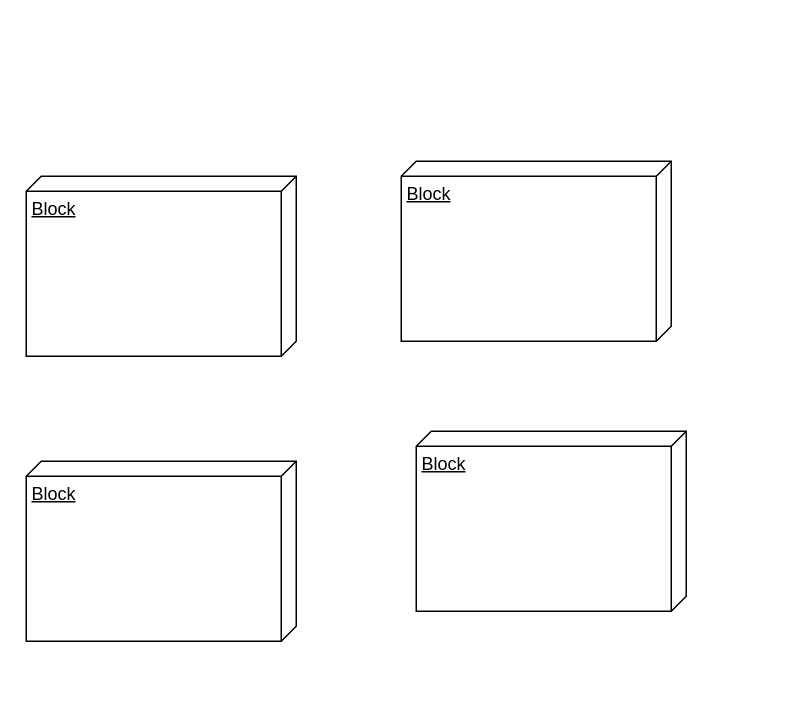
Above: ADD_Deployment_Merve_Pakcan.drawio in mervepakcan/Career-Path-App--Software-Development-Project- (draw.io), before the change. Source tidied: cells renumbered, new cells numbered last; positions are measured from the earlier drawing's top-left corner, leaving out a move shared by most shapes. Both pictures are drawn from the tidied source at 150%, with x=0, y=0 at pixel (26, 160).
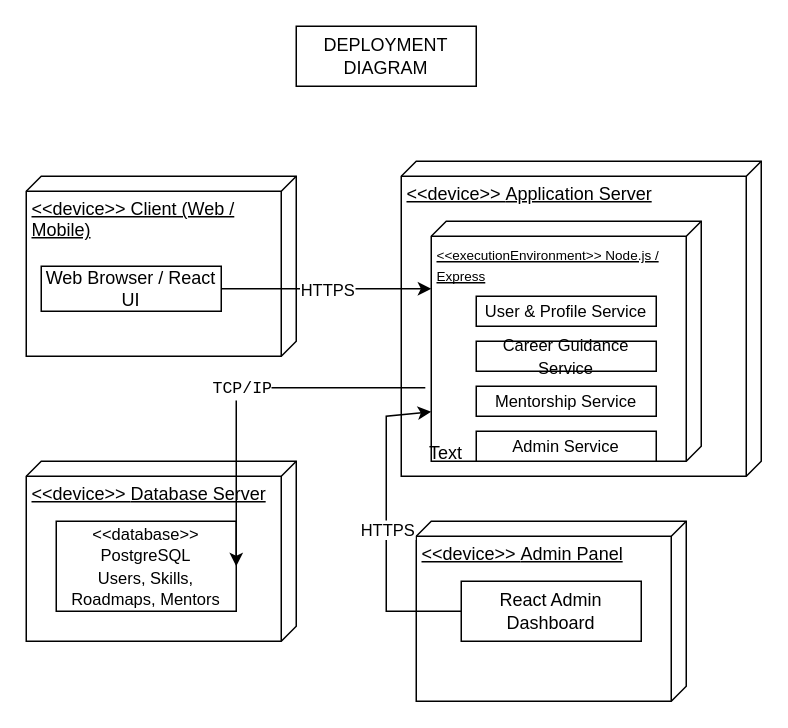
Above is the later version.

Change to the diagram source:
```diff
@@
-    <mxCell id="2" value="Block" style="verticalAlign=top;align=left;spacingTop=8;spacingLeft=2;spacingRight=12;shape=cube;size=10;direction=south;fontStyle=4;html=1;whiteSpace=wrap;" parent="1" vertex="1">
-      <mxGeometry x="260" y="180" width="180" height="120" as="geometry" />
+    <mxCell id="2" value="&amp;lt;&amp;lt;device&amp;gt;&amp;gt;&amp;nbsp;&lt;span style=&quot;text-decoration: none;&quot;&gt;&lt;font style=&quot;font-size: 12px;&quot;&gt;Admin Panel&lt;/font&gt;&lt;/span&gt;" style="verticalAlign=top;align=left;spacingTop=8;spacingLeft=2;spacingRight=12;shape=cube;size=10;direction=south;fontStyle=4;html=1;whiteSpace=wrap;" parent="1" vertex="1">
+      <mxGeometry x="260" y="240" width="180" height="120" as="geometry" />
     </mxCell>
-    <mxCell id="3" value="Block" style="verticalAlign=top;align=left;spacingTop=8;spacingLeft=2;spacingRight=12;shape=cube;size=10;direction=south;fontStyle=4;html=1;whiteSpace=wrap;" parent="1" vertex="1">
+    <mxCell id="3" value="&amp;lt;&amp;lt;device&amp;gt;&amp;gt;&amp;nbsp;&lt;span style=&quot;text-decoration: none;&quot;&gt;&lt;font style=&quot;font-size: 12px;&quot;&gt;Database Server&lt;/font&gt;&lt;/span&gt;" style="verticalAlign=top;align=left;spacingTop=8;spacingLeft=2;spacingRight=12;shape=cube;size=10;direction=south;fontStyle=4;html=1;whiteSpace=wrap;" parent="1" vertex="1">
       <mxGeometry y="200" width="180" height="120" as="geometry" />
     </mxCell>
-    <mxCell id="4" value="Block" style="verticalAlign=top;align=left;spacingTop=8;spacingLeft=2;spacingRight=12;shape=cube;size=10;direction=south;fontStyle=4;html=1;whiteSpace=wrap;" parent="1" vertex="1">
-      <mxGeometry x="250" width="180" height="120" as="geometry" />
+    <mxCell id="4" value="&amp;lt;&amp;lt;device&amp;gt;&amp;gt;&amp;nbsp;&lt;span style=&quot;text-decoration: none;&quot;&gt;&lt;font style=&quot;font-size: 12px;&quot;&gt;Application Server&lt;/font&gt;&lt;/span&gt;" style="verticalAlign=top;align=left;spacingTop=8;spacingLeft=2;spacingRight=12;shape=cube;size=10;direction=south;fontStyle=4;html=1;whiteSpace=wrap;" parent="1" vertex="1">
+      <mxGeometry x="250" width="240" height="210" as="geometry" />
     </mxCell>
-    <mxCell id="5" value="Block" style="verticalAlign=top;align=left;spacingTop=8;spacingLeft=2;spacingRight=12;shape=cube;size=10;direction=south;fontStyle=4;html=1;whiteSpace=wrap;" parent="1" vertex="1">
+    <mxCell id="5" value="&amp;lt;&amp;lt;device&amp;gt;&amp;gt; Client (Web / Mobile)" style="verticalAlign=top;align=left;spacingTop=8;spacingLeft=2;spacingRight=12;shape=cube;size=10;direction=south;fontStyle=4;html=1;whiteSpace=wrap;" parent="1" vertex="1">
       <mxGeometry y="10" width="180" height="120" as="geometry" />
     </mxCell>
+    <mxCell id="6" value="&lt;span style=&quot;text-align: start;&quot;&gt;&lt;font style=&quot;font-size: 12px;&quot;&gt;Web Browser / React UI&lt;/font&gt;&lt;/span&gt;" style="rounded=0;whiteSpace=wrap;html=1;" parent="1" vertex="1">
+      <mxGeometry x="10" y="70" width="120" height="30" as="geometry" />
+    </mxCell>
+    <mxCell id="7" value="&lt;span style=&quot;text-align: start;&quot;&gt;&lt;font style=&quot;font-size: 12px;&quot;&gt;React Admin Dashboard&lt;/font&gt;&lt;/span&gt;" style="rounded=0;whiteSpace=wrap;html=1;" parent="1" vertex="1">
+      <mxGeometry x="290" y="280" width="120" height="40" as="geometry" />
+    </mxCell>
+    <mxCell id="8" value="&lt;span style=&quot;text-decoration: none;&quot;&gt;&lt;font style=&quot;font-size: 9px;&quot;&gt;&amp;lt;&amp;lt;executionEnvironment&amp;gt;&amp;gt; Node.js / Express&lt;/font&gt;&lt;/span&gt;" style="verticalAlign=top;align=left;spacingTop=8;spacingLeft=2;spacingRight=12;shape=cube;size=10;direction=south;fontStyle=4;html=1;whiteSpace=wrap;" parent="1" vertex="1">
+      <mxGeometry x="270" y="40" width="180" height="160" as="geometry" />
+    </mxCell>
+    <mxCell id="9" value="&lt;span style=&quot;text-align: start;&quot;&gt;&lt;font style=&quot;font-size: 11px;&quot;&gt;User &amp;amp; Profile Service&lt;/font&gt;&lt;/span&gt;" style="rounded=0;whiteSpace=wrap;html=1;" parent="1" vertex="1">
+      <mxGeometry x="300" y="90" width="120" height="20" as="geometry" />
+    </mxCell>
+    <mxCell id="10" value="&lt;span style=&quot;text-align: start;&quot;&gt;&lt;font style=&quot;font-size: 11px;&quot;&gt;Career Guidance Service&lt;/font&gt;&lt;/span&gt;" style="rounded=0;whiteSpace=wrap;html=1;" parent="1" vertex="1">
+      <mxGeometry x="300" y="120" width="120" height="20" as="geometry" />
+    </mxCell>
+    <mxCell id="11" value="&lt;span style=&quot;text-align: start;&quot;&gt;&lt;font style=&quot;font-size: 11px;&quot;&gt;Admin Service&lt;/font&gt;&lt;/span&gt;" style="rounded=0;whiteSpace=wrap;html=1;" parent="1" vertex="1">
+      <mxGeometry x="300" y="180" width="120" height="20" as="geometry" />
+    </mxCell>
+    <mxCell id="12" value="&lt;span style=&quot;text-align: start;&quot;&gt;&lt;font style=&quot;font-size: 11px;&quot;&gt;Mentorship Service&lt;/font&gt;&lt;/span&gt;" style="rounded=0;whiteSpace=wrap;html=1;" parent="1" vertex="1">
+      <mxGeometry x="300" y="150" width="120" height="20" as="geometry" />
+    </mxCell>
+    <mxCell id="13" value="&lt;span style=&quot;text-align: start;&quot;&gt;&lt;font style=&quot;font-size: 11px;&quot;&gt;&amp;lt;&amp;lt;database&amp;gt;&amp;gt; PostgreSQL&lt;/font&gt;&lt;/span&gt;&lt;div&gt;&lt;font style=&quot;font-size: 11px;&quot;&gt;Users, Skills, Roadmaps, Mentors&lt;/font&gt;&lt;br&gt;&lt;/div&gt;" style="rounded=0;whiteSpace=wrap;html=1;" parent="1" vertex="1">
+      <mxGeometry x="20" y="240" width="120" height="60" as="geometry" />
+    </mxCell>
+    <mxCell id="14" style="endArrow=classic;html=1;rounded=0;exitX=1;exitY=0.5;exitDx=0;exitDy=0;" parent="1" edge="1" source="6">
+      <mxGeometry relative="1" as="geometry">
+        <mxPoint x="270" y="85" as="targetPoint" />
+      </mxGeometry>
+    </mxCell>
+    <mxCell id="15" value="HTTPS" style="edgeLabel;html=1;align=center;verticalAlign=middle;" parent="14" vertex="1">
+      <mxGeometry relative="1" as="geometry" />
+    </mxCell>
+    <mxCell id="16" style="endArrow=classic;html=1;rounded=0;exitX=0;exitY=0.5;exitDx=0;exitDy=0;entryX=0.794;entryY=1;entryDx=0;entryDy=0;entryPerimeter=0;" parent="1" edge="1" source="7" target="8">
+      <mxGeometry relative="1" as="geometry">
+        <Array as="points">
+          <mxPoint x="240" y="300" />
+          <mxPoint x="240" y="170" />
+        </Array>
+      </mxGeometry>
+    </mxCell>
+    <mxCell id="17" value="HTTPS" style="edgeLabel;html=1;align=center;verticalAlign=middle;" parent="16" vertex="1">
+      <mxGeometry relative="1" as="geometry" />
+    </mxCell>
+    <mxCell id="18" style="endArrow=classic;html=1;rounded=0;exitX=0.694;exitY=1.022;exitDx=0;exitDy=0;exitPerimeter=0;entryX=1;entryY=0.5;entryDx=0;entryDy=0;" parent="1" edge="1" source="8" target="13">
+      <mxGeometry relative="1" as="geometry">
+        <Array as="points">
+          <mxPoint x="140" y="151" />
+        </Array>
+      </mxGeometry>
+    </mxCell>
+    <mxCell id="19" value="&lt;code style=&quot;text-align: start; white-space: normal;&quot;&gt;TCP/IP&lt;/code&gt;" style="edgeLabel;html=1;align=center;verticalAlign=middle;" parent="18" vertex="1">
+      <mxGeometry relative="1" as="geometry" />
+    </mxCell>
+    <mxCell id="20" value="Text" style="text;html=1;whiteSpace=wrap;strokeColor=none;fillColor=none;align=center;verticalAlign=middle;rounded=0;" parent="1" vertex="1">
+      <mxGeometry x="250" y="180" width="60" height="30" as="geometry" />
+    </mxCell>
+    <mxCell id="21" value="DEPLOYMENT DIAGRAM" style="rounded=0;whiteSpace=wrap;html=1;" parent="1" vertex="1">
+      <mxGeometry x="180" y="-90" width="120" height="40" as="geometry" />
+    </mxCell>
```
